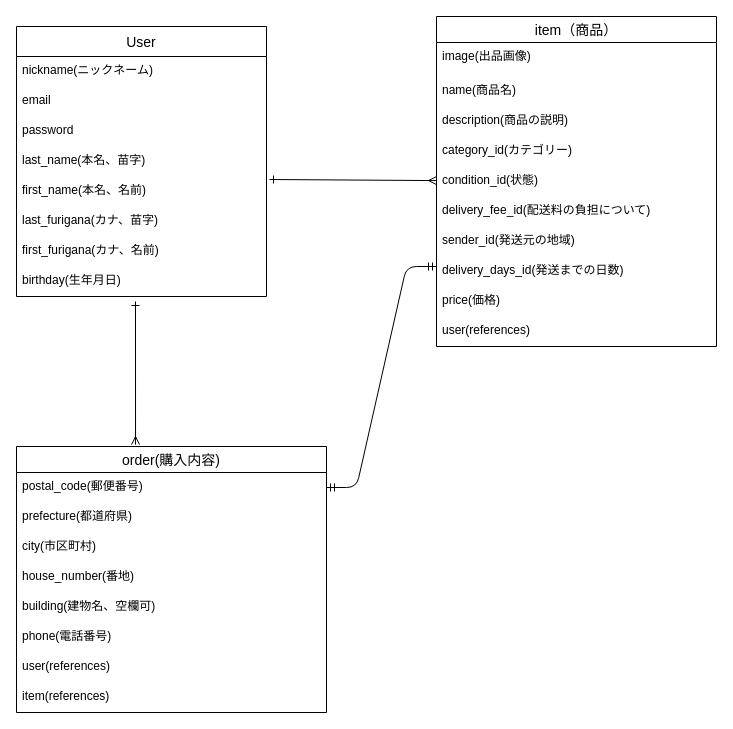
The draw.io diagram ER_figure.dio in masayoshi0327/furima-33082, before the edit. Source tidied: cells renumbered, new cells numbered last; positions are measured from the earlier drawing's top-left corner, leaving out a move shared by most shapes. Both pictures are drawn from the tidied source at 100%, with x=0, y=0 at pixel (16, 16).
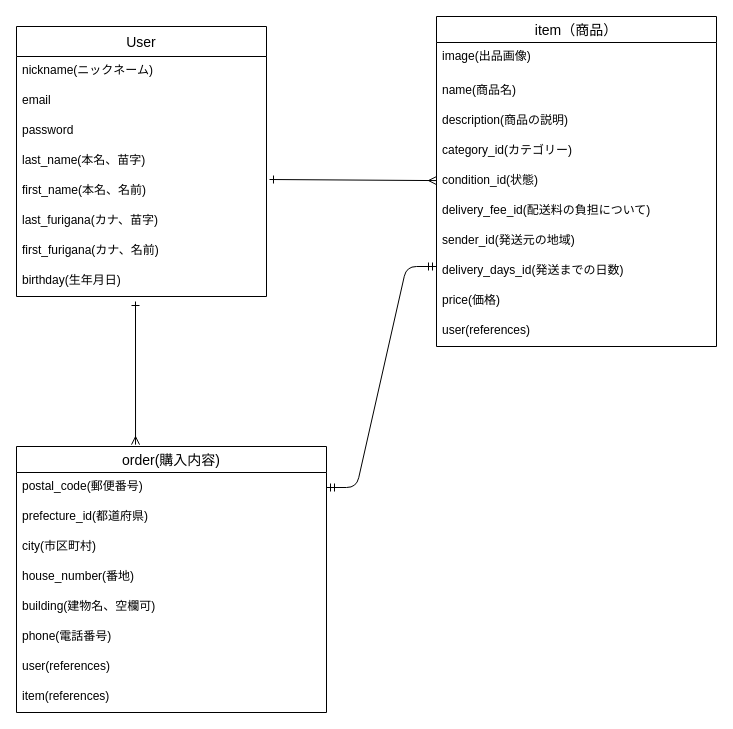
Above is the later version.

Unchanged cells that the change refers to:
```xml
<mxCell id="22" value="order(購入内容)" style="swimlane;fontStyle=0;horizontal=1;startSize=26;align=center;fontSize=14;" parent="1" vertex="1">
  <mxGeometry y="430" width="310" height="266" as="geometry" />
</mxCell>
```

Change to the diagram source:
```diff
@@
-    <mxCell id="24" value="prefecture(都道府県)" style="text;strokeColor=none;fillColor=none;spacingLeft=4;spacingRight=4;overflow=hidden;fontSize=12;" parent="22" vertex="1">
+    <mxCell id="24" value="prefecture_id(都道府県)" style="text;strokeColor=none;fillColor=none;spacingLeft=4;spacingRight=4;overflow=hidden;fontSize=12;" parent="22" vertex="1">
       <mxGeometry y="56" width="310" height="30" as="geometry" />
     </mxCell>
```
